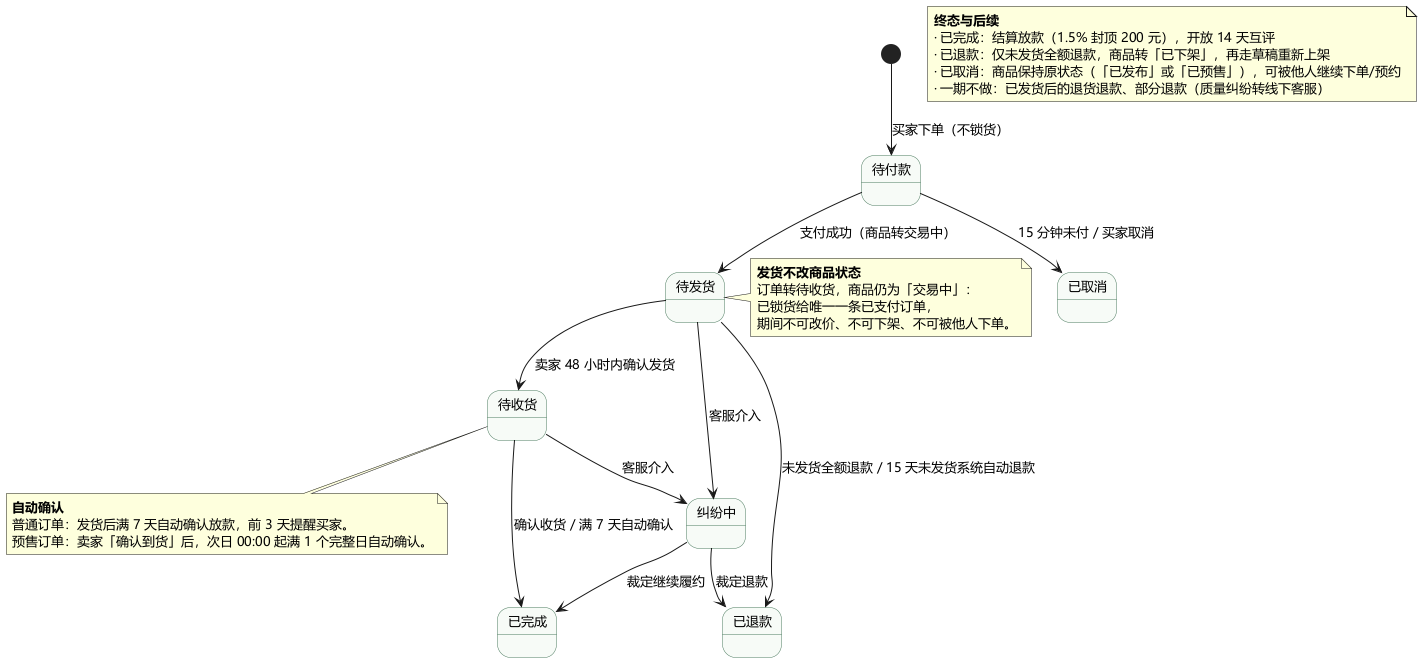
The PlantUML diagram lab02/UML/订单状态图.png in XuHR233/SE-lab1-requirements, before a commit.
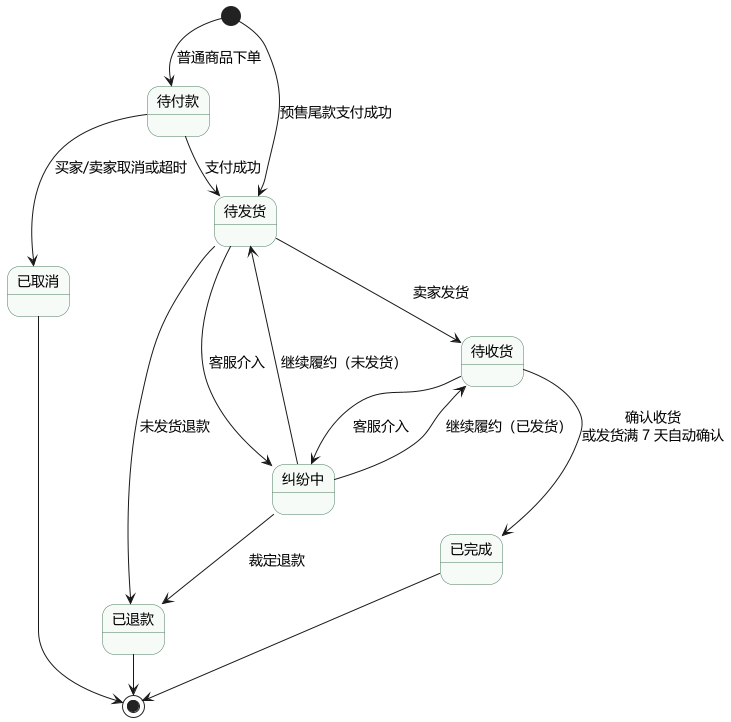
Above is the later version.

Change to the diagram source:
```diff
@@ -1,9 +1,9 @@
 @startuml
 skinparam defaultFontName "Microsoft YaHei"
-skinparam defaultFontSize 13
+skinparam defaultFontSize 14
 skinparam shadowing false
-skinparam nodesep 26
-skinparam ranksep 34
+skinparam nodesep 30
+skinparam ranksep 40
 skinparam state {
   BackgroundColor #F7FBF7
   BorderColor #4B7A5E
@@ -17,40 +17,25 @@
 state "已退款" as O6
 state "纠纷中" as O7
 
-[*] --> O1 : 买家下单（不锁货）
+[*] --> O1 : 普通商品下单
+[*] --> O2 : 预售尾款支付成功
 
-O1 --> O2 : 支付成功（商品转交易中）
-O1 --> O5 : 15 分钟未付 / 买家取消
+O1 --> O2 : 支付成功
+O1 --> O5 : 买家/卖家取消或超时
 
-O2 --> O3 : 卖家 48 小时内确认发货
-O2 --> O6 : 未发货全额退款 / 15 天未发货系统自动退款
+O2 --> O3 : 卖家发货
+O2 --> O6 : 未发货退款
 O2 --> O7 : 客服介入
 
-O3 --> O4 : 确认收货 / 满 7 天自动确认
+O3 --> O4 : 确认收货\n或发货满 7 天自动确认
 O3 --> O7 : 客服介入
 
+O7 --> O2 : 继续履约（未发货）
+O7 --> O3 : 继续履约（已发货）
 O7 --> O6 : 裁定退款
-O7 --> O4 : 裁定继续履约
 
-note right of O2
-  <b>发货不改商品状态</b>
-  订单转待收货，商品仍为「交易中」：
-  已锁货给唯一一条已支付订单，
-  期间不可改价、不可下架、不可被他人下单。
-end note
-
-note bottom of O3
-  <b>自动确认</b>
-  普通订单：发货后满 7 天自动确认放款，前 3 天提醒买家。
-  预售订单：卖家「确认到货」后，次日 00:00 起满 1 个完整日自动确认。
-end note
-
-note as TAIL
-  <b>终态与后续</b>
-  · 已完成：结算放款（1.5% 封顶 200 元），开放 14 天互评
-  · 已退款：仅未发货全额退款，商品转「已下架」，再走草稿重新上架
-  · 已取消：商品保持原状态（「已发布」或「已预售」），可被他人继续下单/预约
-  · 一期不做：已发货后的退货退款、部分退款（质量纠纷转线下客服）
-end note
+O4 --> [*]
+O5 --> [*]
+O6 --> [*]
 
 @enduml
```
